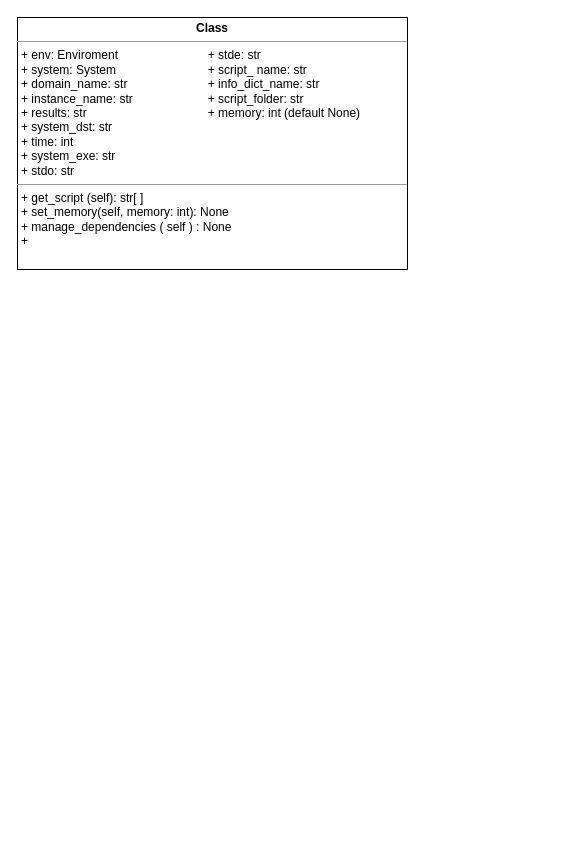
LBonassi95/planning-experiments keeps this draw.io diagram as Diagramma senza titolo.drawio. Above is the earlier version. Source tidied: cells renumbered, new cells numbered last; positions are measured from the earlier drawing's top-left corner, leaving out a move shared by most shapes. Both pictures are drawn from the tidied source at 100%, with x=0, y=0 at pixel (17, 17).
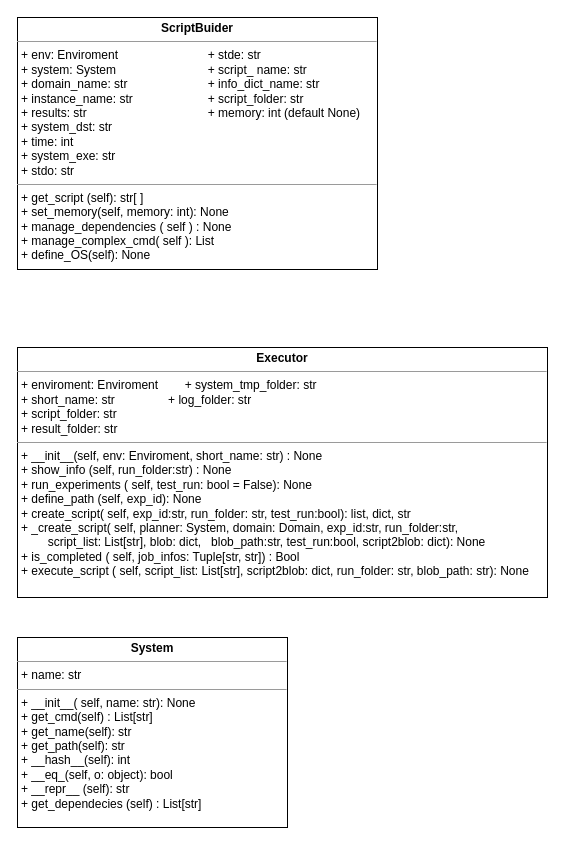
After the change.

The edit, as a diff of the source:
```diff
@@
 <mxGraphModel>
   <root>
     <mxCell id="0" />
     <mxCell id="1" parent="0" />
-    <mxCell id="2" value="&lt;p style=&quot;margin:0px;margin-top:4px;text-align:center;&quot;&gt;&lt;b&gt;Class&lt;/b&gt;&lt;/p&gt;&lt;hr size=&quot;1&quot;&gt;&lt;p style=&quot;margin:0px;margin-left:4px;&quot;&gt;+ env: Enviroment&lt;span style=&quot;white-space: pre;&quot;&gt;&#9;&lt;/span&gt;&lt;span style=&quot;white-space: pre;&quot;&gt;&#9;&lt;/span&gt;&lt;span style=&quot;white-space: pre;&quot;&gt;&#9;&lt;/span&gt;&lt;span style=&quot;white-space: pre;&quot;&gt;&#9;&lt;/span&gt;+ stde: str&lt;/p&gt;&lt;p style=&quot;margin:0px;margin-left:4px;&quot;&gt;&lt;span style=&quot;background-color: initial;&quot;&gt;+ system: System&lt;span style=&quot;white-space: pre;&quot;&gt;&#9;&lt;/span&gt;&lt;span style=&quot;white-space: pre;&quot;&gt;&#9;&lt;/span&gt;&lt;span style=&quot;white-space: pre;&quot;&gt;&#9;&lt;/span&gt;&lt;span style=&quot;white-space: pre;&quot;&gt;&#9;&lt;/span&gt;+ script_ name: str&lt;/span&gt;&lt;br&gt;&lt;/p&gt;&lt;p style=&quot;margin:0px;margin-left:4px;&quot;&gt;+ domain_name: str&lt;span style=&quot;white-space: pre;&quot;&gt;&#9;&lt;/span&gt;&lt;span style=&quot;white-space: pre;&quot;&gt;&#9;&lt;/span&gt;&lt;span style=&quot;white-space: pre;&quot;&gt;&#9;&lt;/span&gt;+ info_dict_name: str&lt;/p&gt;&lt;p style=&quot;margin:0px;margin-left:4px;&quot;&gt;+ instance_name: str&lt;span style=&quot;white-space: pre;&quot;&gt;&#9;&lt;/span&gt;&lt;span style=&quot;white-space: pre;&quot;&gt;&#9;&lt;/span&gt;&lt;span style=&quot;white-space: pre;&quot;&gt;&#9;&lt;/span&gt;+ script_folder: str&lt;/p&gt;&lt;p style=&quot;margin:0px;margin-left:4px;&quot;&gt;+ results: str&lt;span style=&quot;white-space: pre;&quot;&gt;&#9;&lt;/span&gt;&lt;span style=&quot;white-space: pre;&quot;&gt;&#9;&lt;/span&gt;&lt;span style=&quot;white-space: pre;&quot;&gt;&#9;&lt;/span&gt;&lt;span style=&quot;white-space: pre;&quot;&gt;&#9;&lt;/span&gt;&lt;span style=&quot;white-space: pre;&quot;&gt;&#9;&lt;/span&gt;+ memory: int (default None)&lt;/p&gt;&lt;p style=&quot;margin:0px;margin-left:4px;&quot;&gt;+ system_dst: str&lt;span style=&quot;white-space: pre;&quot;&gt;&#9;&lt;/span&gt;&lt;span style=&quot;white-space: pre;&quot;&gt;&#9;&lt;/span&gt;&lt;span style=&quot;white-space: pre;&quot;&gt;&#9;&lt;/span&gt;&lt;span style=&quot;white-space: pre;&quot;&gt;&#9;&lt;/span&gt;&lt;/p&gt;&lt;p style=&quot;margin:0px;margin-left:4px;&quot;&gt;+ time: int&lt;/p&gt;&lt;p style=&quot;margin:0px;margin-left:4px;&quot;&gt;+ system_exe: str&lt;/p&gt;&lt;p style=&quot;margin:0px;margin-left:4px;&quot;&gt;+ stdo: str&lt;/p&gt;&lt;hr size=&quot;1&quot;&gt;&lt;p style=&quot;margin:0px;margin-left:4px;&quot;&gt;+ get_script (self): str[ ]&lt;/p&gt;&lt;p style=&quot;margin:0px;margin-left:4px;&quot;&gt;+ set_memory(self, memory: int): None&lt;/p&gt;&lt;p style=&quot;margin:0px;margin-left:4px;&quot;&gt;+ manage_dependencies ( self ) : None&lt;/p&gt;&lt;p style=&quot;margin:0px;margin-left:4px;&quot;&gt;+&lt;/p&gt;" style="verticalAlign=top;align=left;overflow=fill;fontSize=12;fontFamily=Helvetica;html=1;whiteSpace=wrap;" parent="1" vertex="1">
-      <mxGeometry width="390" height="252" as="geometry" />
+    <mxCell id="2" value="&lt;p style=&quot;margin:0px;margin-top:4px;text-align:center;&quot;&gt;&lt;b&gt;ScriptBuider&lt;/b&gt;&lt;/p&gt;&lt;hr size=&quot;1&quot;&gt;&lt;p style=&quot;margin:0px;margin-left:4px;&quot;&gt;+ env: Enviroment&lt;span style=&quot;white-space: pre;&quot;&gt;&#9;&lt;/span&gt;&lt;span style=&quot;white-space: pre;&quot;&gt;&#9;&lt;/span&gt;&lt;span style=&quot;white-space: pre;&quot;&gt;&#9;&lt;/span&gt;&lt;span style=&quot;white-space: pre;&quot;&gt;&#9;&lt;/span&gt;+ stde: str&lt;/p&gt;&lt;p style=&quot;margin:0px;margin-left:4px;&quot;&gt;&lt;span style=&quot;background-color: initial;&quot;&gt;+ system: System&lt;span style=&quot;white-space: pre;&quot;&gt;&#9;&lt;/span&gt;&lt;span style=&quot;white-space: pre;&quot;&gt;&#9;&lt;/span&gt;&lt;span style=&quot;white-space: pre;&quot;&gt;&#9;&lt;/span&gt;&lt;span style=&quot;white-space: pre;&quot;&gt;&#9;&lt;/span&gt;+ script_ name: str&lt;/span&gt;&lt;br&gt;&lt;/p&gt;&lt;p style=&quot;margin:0px;margin-left:4px;&quot;&gt;+ domain_name: str&lt;span style=&quot;white-space: pre;&quot;&gt;&#9;&lt;/span&gt;&lt;span style=&quot;white-space: pre;&quot;&gt;&#9;&lt;/span&gt;&lt;span style=&quot;white-space: pre;&quot;&gt;&#9;&lt;/span&gt;+ info_dict_name: str&lt;/p&gt;&lt;p style=&quot;margin:0px;margin-left:4px;&quot;&gt;+ instance_name: str&lt;span style=&quot;white-space: pre;&quot;&gt;&#9;&lt;/span&gt;&lt;span style=&quot;white-space: pre;&quot;&gt;&#9;&lt;/span&gt;&lt;span style=&quot;white-space: pre;&quot;&gt;&#9;&lt;/span&gt;+ script_folder: str&lt;/p&gt;&lt;p style=&quot;margin:0px;margin-left:4px;&quot;&gt;+ results: str&lt;span style=&quot;white-space: pre;&quot;&gt;&#9;&lt;/span&gt;&lt;span style=&quot;white-space: pre;&quot;&gt;&#9;&lt;/span&gt;&lt;span style=&quot;white-space: pre;&quot;&gt;&#9;&lt;/span&gt;&lt;span style=&quot;white-space: pre;&quot;&gt;&#9;&lt;/span&gt;&lt;span style=&quot;white-space: pre;&quot;&gt;&#9;&lt;/span&gt;+ memory: int (default None)&lt;/p&gt;&lt;p style=&quot;margin:0px;margin-left:4px;&quot;&gt;+ system_dst: str&lt;span style=&quot;white-space: pre;&quot;&gt;&#9;&lt;/span&gt;&lt;span style=&quot;white-space: pre;&quot;&gt;&#9;&lt;/span&gt;&lt;span style=&quot;white-space: pre;&quot;&gt;&#9;&lt;/span&gt;&lt;span style=&quot;white-space: pre;&quot;&gt;&#9;&lt;/span&gt;&lt;/p&gt;&lt;p style=&quot;margin:0px;margin-left:4px;&quot;&gt;+ time: int&lt;/p&gt;&lt;p style=&quot;margin:0px;margin-left:4px;&quot;&gt;+ system_exe: str&lt;/p&gt;&lt;p style=&quot;margin:0px;margin-left:4px;&quot;&gt;+ stdo: str&lt;/p&gt;&lt;hr size=&quot;1&quot;&gt;&lt;p style=&quot;margin:0px;margin-left:4px;&quot;&gt;+ get_script (self): str[ ]&lt;/p&gt;&lt;p style=&quot;margin:0px;margin-left:4px;&quot;&gt;+ set_memory(self, memory: int): None&lt;/p&gt;&lt;p style=&quot;margin:0px;margin-left:4px;&quot;&gt;+ manage_dependencies ( self ) : None&lt;/p&gt;&lt;p style=&quot;margin:0px;margin-left:4px;&quot;&gt;+ manage_complex_cmd( self ): List&lt;/p&gt;&lt;p style=&quot;margin:0px;margin-left:4px;&quot;&gt;+ define_OS(self): None&lt;/p&gt;" style="verticalAlign=top;align=left;overflow=fill;fontSize=12;fontFamily=Helvetica;html=1;whiteSpace=wrap;" parent="1" vertex="1">
+      <mxGeometry width="360" height="252" as="geometry" />
     </mxCell>
+    <mxCell id="3" value="&lt;p style=&quot;margin:0px;margin-top:4px;text-align:center;&quot;&gt;&lt;b&gt;Executor&lt;/b&gt;&lt;/p&gt;&lt;hr size=&quot;1&quot;&gt;&lt;p style=&quot;margin:0px;margin-left:4px;&quot;&gt;+ enviroment: Enviroment&lt;span style=&quot;&quot;&gt;&lt;span style=&quot;&quot;&gt;&amp;nbsp;&amp;nbsp;&amp;nbsp;&amp;nbsp;&lt;/span&gt;&lt;/span&gt;&lt;span style=&quot;&quot;&gt;&lt;span style=&quot;&quot;&gt;&amp;nbsp;&amp;nbsp;&amp;nbsp;&amp;nbsp;&lt;/span&gt;&lt;/span&gt;+ system_tmp_folder: str&lt;/p&gt;&lt;p style=&quot;margin:0px;margin-left:4px;&quot;&gt;+ short_name: str&lt;span style=&quot;&quot;&gt;&lt;span style=&quot;&quot;&gt;&amp;nbsp;&amp;nbsp;&amp;nbsp;&amp;nbsp;&lt;/span&gt;&lt;/span&gt;&lt;span style=&quot;&quot;&gt;&lt;span style=&quot;&quot;&gt;&amp;nbsp;&amp;nbsp;&amp;nbsp;&amp;nbsp;&lt;/span&gt;&lt;/span&gt;&lt;span style=&quot;&quot;&gt;&lt;span style=&quot;&quot;&gt;&amp;nbsp;&amp;nbsp;&amp;nbsp;&amp;nbsp;&lt;/span&gt;&lt;/span&gt;&lt;span style=&quot;&quot;&gt;&lt;span style=&quot;&quot;&gt;&amp;nbsp;&amp;nbsp;&amp;nbsp;&amp;nbsp;&lt;/span&gt;&lt;/span&gt;+ log_folder: str&lt;/p&gt;&lt;p style=&quot;margin:0px;margin-left:4px;&quot;&gt;+ script_folder: str&lt;span style=&quot;&quot;&gt;&lt;span style=&quot;&quot;&gt;&amp;nbsp;&amp;nbsp;&amp;nbsp;&amp;nbsp;&lt;/span&gt;&lt;/span&gt;&lt;span style=&quot;&quot;&gt;&lt;span style=&quot;&quot;&gt;&amp;nbsp;&amp;nbsp;&amp;nbsp;&amp;nbsp;&lt;/span&gt;&lt;/span&gt;&lt;span style=&quot;&quot;&gt;&lt;span style=&quot;&quot;&gt;&amp;nbsp;&amp;nbsp;&amp;nbsp;&amp;nbsp;&lt;/span&gt;&lt;/span&gt;&lt;span style=&quot;&quot;&gt;&lt;span style=&quot;&quot;&gt;&amp;nbsp;&amp;nbsp;&amp;nbsp;&amp;nbsp;&lt;/span&gt;&lt;/span&gt;&lt;/p&gt;&lt;p style=&quot;margin:0px;margin-left:4px;&quot;&gt;+ result_folder: str&lt;span style=&quot;&quot;&gt;&lt;span style=&quot;&quot;&gt;&amp;nbsp;&amp;nbsp;&amp;nbsp;&amp;nbsp;&lt;/span&gt;&lt;/span&gt;&lt;span style=&quot;&quot;&gt;&lt;span style=&quot;&quot;&gt;&amp;nbsp;&amp;nbsp;&amp;nbsp;&amp;nbsp;&lt;/span&gt;&lt;/span&gt;&lt;span style=&quot;&quot;&gt;&lt;span style=&quot;&quot;&gt;&amp;nbsp;&amp;nbsp;&amp;nbsp;&amp;nbsp;&lt;/span&gt;&lt;/span&gt;&lt;span style=&quot;&quot;&gt;&lt;span style=&quot;&quot;&gt;&amp;nbsp;&amp;nbsp;&amp;nbsp;&amp;nbsp;&lt;/span&gt;&lt;/span&gt;&lt;/p&gt;&lt;hr size=&quot;1&quot;&gt;&lt;p style=&quot;margin:0px;margin-left:4px;&quot;&gt;+ __init__(self, env: Enviroment, short_name: str) : None&lt;/p&gt;&lt;p style=&quot;margin:0px;margin-left:4px;&quot;&gt;+ show_info (self, run_folder:str) : None&lt;/p&gt;&lt;p style=&quot;margin:0px;margin-left:4px;&quot;&gt;+ run_experiments ( self, test_run: bool = False): None&lt;/p&gt;&lt;p style=&quot;margin:0px;margin-left:4px;&quot;&gt;+ define_path (self, exp_id): None&lt;/p&gt;&lt;p style=&quot;margin:0px;margin-left:4px;&quot;&gt;+ create_script( self, exp_id:str, run_folder: str, test_run:bool): list, dict, str&lt;/p&gt;&lt;p style=&quot;margin:0px;margin-left:4px;&quot;&gt;+ _create_script( self, planner: System, domain: Domain, exp_id:str, run_folder:str,&amp;nbsp;&lt;/p&gt;&lt;p style=&quot;margin:0px;margin-left:4px;&quot;&gt;&lt;span style=&quot;white-space: pre;&quot;&gt;&#9;&lt;/span&gt;script_list: List[str],&amp;nbsp;&lt;span style=&quot;background-color: initial;&quot;&gt;blob: dict,&amp;nbsp;&lt;/span&gt;&lt;span style=&quot;background-color: initial;&quot;&gt;&amp;nbsp; blob_path:str, test_run:bool, script2blob: dict): None&lt;/span&gt;&lt;/p&gt;&lt;p style=&quot;margin:0px;margin-left:4px;&quot;&gt;+ is_completed ( self, job_infos: Tuple[str, str]) : Bool&lt;/p&gt;&lt;p style=&quot;margin:0px;margin-left:4px;&quot;&gt;+ execute_script ( self, script_list: List[str], script2blob: dict, run_folder: str, blob_path: str): None&lt;/p&gt;" style="verticalAlign=top;align=left;overflow=fill;fontSize=12;fontFamily=Helvetica;html=1;whiteSpace=wrap;" parent="1" vertex="1">
+      <mxGeometry y="330" width="530" height="250" as="geometry" />
+    </mxCell>
+    <mxCell id="4" value="&lt;p style=&quot;margin:0px;margin-top:4px;text-align:center;&quot;&gt;&lt;b&gt;System&lt;/b&gt;&lt;/p&gt;&lt;hr size=&quot;1&quot;&gt;&lt;p style=&quot;margin:0px;margin-left:4px;&quot;&gt;+ name: str&lt;/p&gt;&lt;hr size=&quot;1&quot;&gt;&lt;p style=&quot;margin:0px;margin-left:4px;&quot;&gt;+ __init__( self, name: str): None&lt;/p&gt;&lt;p style=&quot;margin:0px;margin-left:4px;&quot;&gt;+ get_cmd(self) : List[str]&lt;/p&gt;&lt;p style=&quot;margin:0px;margin-left:4px;&quot;&gt;+ get_name(self): str&lt;/p&gt;&lt;p style=&quot;margin:0px;margin-left:4px;&quot;&gt;+ get_path(self): str&lt;/p&gt;&lt;p style=&quot;margin:0px;margin-left:4px;&quot;&gt;+ __hash__(self): int&lt;/p&gt;&lt;p style=&quot;margin:0px;margin-left:4px;&quot;&gt;+ __eq_(self, o: object): bool&lt;/p&gt;&lt;p style=&quot;margin:0px;margin-left:4px;&quot;&gt;+ __repr__ (self): str&lt;/p&gt;&lt;p style=&quot;margin:0px;margin-left:4px;&quot;&gt;+ get_dependecies (self) : List[str]&lt;/p&gt;" style="verticalAlign=top;align=left;overflow=fill;fontSize=12;fontFamily=Helvetica;html=1;whiteSpace=wrap;" parent="1" vertex="1">
+      <mxGeometry y="620" width="270" height="190" as="geometry" />
+    </mxCell>
   </root>
 </mxGraphModel>
```
